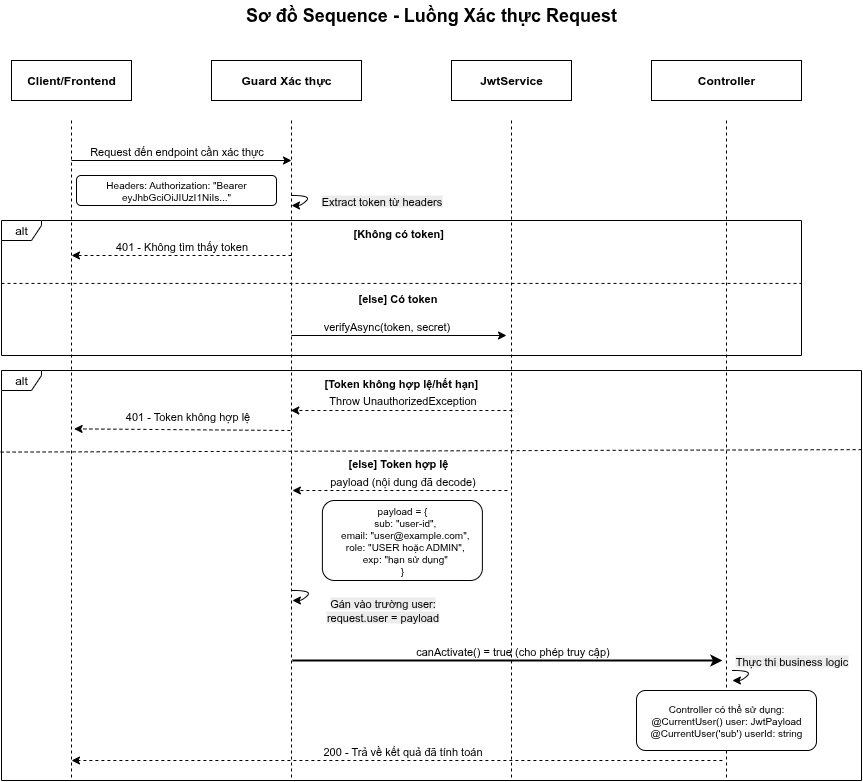
Before: Diagrams/Luồng Xác thực.drawio.png, a diagram exported from draw.io (HaoNgo232/laptop-shop). Source tidied: cells renumbered, new cells last; positions are measured from the earlier drawing's top-left corner, leaving out a move shared by most shapes.
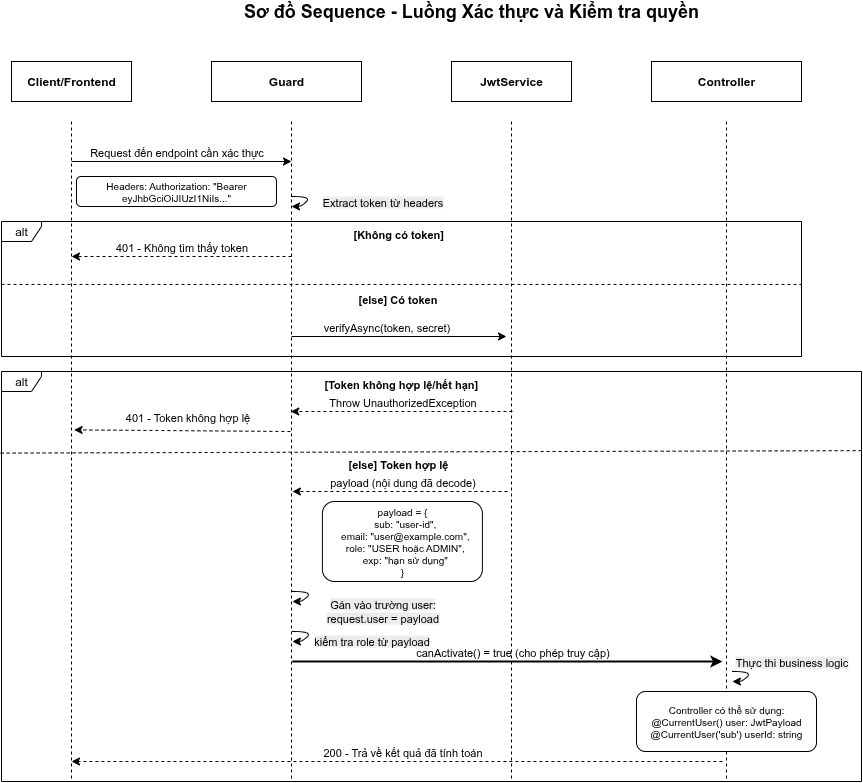
Above is the later version.

The edit, as a diff of the source:
```diff
@@ -5,13 +5,13 @@
     <mxCell id="2" value="alt" style="shape=umlFrame;whiteSpace=wrap;html=1;width=40;height=20;" parent="1" vertex="1">
       <mxGeometry y="370" width="860" height="410" as="geometry" />
     </mxCell>
-    <mxCell id="3" value="Sơ đồ Sequence - Luồng Xác thực Request" style="text;html=1;strokeColor=none;fillColor=none;align=center;verticalAlign=middle;whiteSpace=wrap;rounded=0;fontSize=18;fontStyle=1;" parent="1" vertex="1">
-      <mxGeometry x="230" width="400" height="30" as="geometry" />
+    <mxCell id="3" value="Sơ đồ Sequence - Luồng Xác thực và Kiểm tra quyền" style="text;html=1;strokeColor=none;fillColor=none;align=center;verticalAlign=middle;whiteSpace=wrap;rounded=0;fontSize=18;fontStyle=1;" parent="1" vertex="1">
+      <mxGeometry x="230" width="480" height="20" as="geometry" />
     </mxCell>
     <mxCell id="4" value="Client/Frontend" style="rounded=0;whiteSpace=wrap;html=1;fontStyle=1;" parent="1" vertex="1">
       <mxGeometry x="10" y="60" width="120" height="40" as="geometry" />
     </mxCell>
-    <mxCell id="5" value="Guard Xác thực" style="rounded=0;whiteSpace=wrap;html=1;fontStyle=1;" parent="1" vertex="1">
+    <mxCell id="5" value="Guard" style="rounded=0;whiteSpace=wrap;html=1;fontStyle=1;" parent="1" vertex="1">
       <mxGeometry x="210" y="60" width="150" height="40" as="geometry" />
     </mxCell>
     <mxCell id="6" value="JwtService" style="rounded=0;whiteSpace=wrap;html=1;fontStyle=1;" parent="1" vertex="1">
@@ -193,5 +193,20 @@
     <mxCell id="43" value="canActivate() = true (cho phép truy cập)" style="text;html=1;align=center;verticalAlign=bottom;fontSize=11;" parent="1" vertex="1">
       <mxGeometry x="400.9" y="630" width="220" height="30" as="geometry" />
     </mxCell>
+    <mxCell id="44" style="curved=1;endArrow=classic;html=1;rounded=0;" parent="1" edge="1">
+      <mxGeometry relative="1" as="geometry">
+        <mxPoint x="290.9" y="630" as="sourcePoint" />
+        <mxPoint x="290.9" y="640" as="targetPoint" />
+        <Array as="points">
+          <mxPoint x="310.9" y="630" />
+          <mxPoint x="300.9" y="640" />
+        </Array>
+      </mxGeometry>
+    </mxCell>
+    <mxCell id="45" value="&lt;span style=&quot;background-color: rgb(236, 236, 236);&quot;&gt;kiểm tra role từ payload&lt;/span&gt;" style="edgeLabel;html=1;align=center;verticalAlign=middle;" parent="44" vertex="1">
+      <mxGeometry x="0.18" y="-1" relative="1" as="geometry">
+        <mxPoint x="64" y="6" as="offset" />
+      </mxGeometry>
+    </mxCell>
   </root>
 </mxGraphModel>
```
